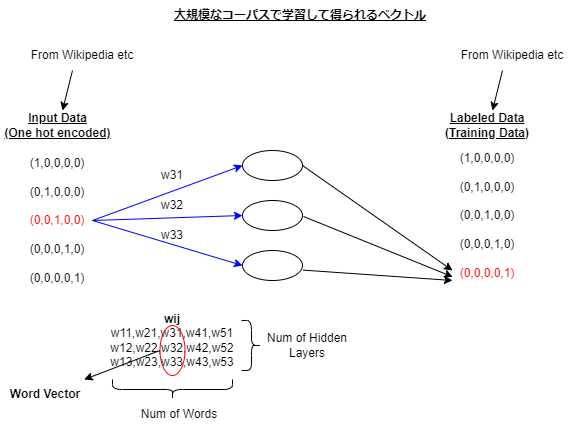
developer-onizuka/Diagrams keeps this draw.io diagram as MachineLearningOnAWS/Word2vec.drawio.png. Above is the earlier version. Source tidied: cells renumbered, new cells last; positions are measured from the earlier drawing's top-left corner, leaving out a move shared by most shapes.
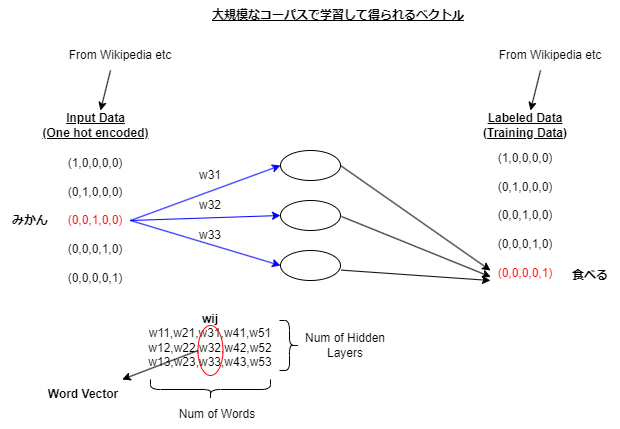
After the commit.

Change to the diagram source:
```diff
@@ -102,5 +102,11 @@
     <mxCell id="30" value="&lt;b&gt;&lt;u&gt;大規模なコーパスで学習して得られるベクトル&lt;/u&gt;&lt;/b&gt;" style="text;html=1;strokeColor=none;fillColor=none;align=center;verticalAlign=middle;whiteSpace=wrap;rounded=0;" parent="1" vertex="1">
       <mxGeometry x="159.5" width="280" height="30" as="geometry" />
     </mxCell>
+    <mxCell id="31" value="&lt;b&gt;みかん&lt;/b&gt;" style="text;html=1;strokeColor=none;fillColor=none;align=center;verticalAlign=middle;whiteSpace=wrap;rounded=0;" parent="1" vertex="1">
+      <mxGeometry x="-38" y="205" width="60" height="30" as="geometry" />
+    </mxCell>
+    <mxCell id="32" value="&lt;b&gt;食べる&lt;/b&gt;" style="text;html=1;strokeColor=none;fillColor=none;align=center;verticalAlign=middle;whiteSpace=wrap;rounded=0;" parent="1" vertex="1">
+      <mxGeometry x="522" y="260" width="60" height="30" as="geometry" />
+    </mxCell>
   </root>
 </mxGraphModel>
```
